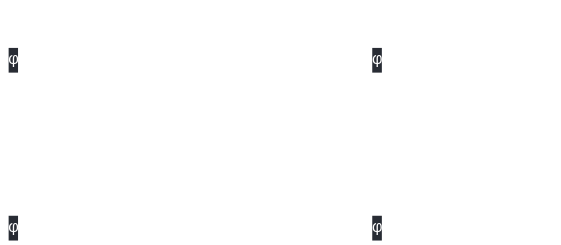
Before: liskov.svg, a diagram exported from draw.io (yannicschroeer/diagrams). Source tidied: cells renumbered, new cells last; positions are measured from the earlier drawing's top-left corner, leaving out a move shared by most shapes.
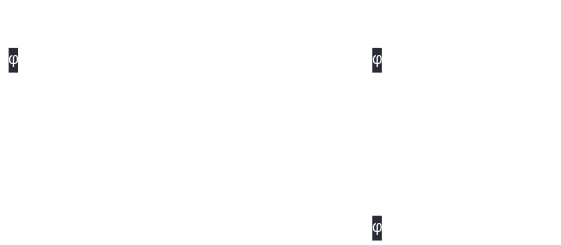
After the change.

Diff of the diagram source:
```diff
@@ -36,7 +36,7 @@
     <mxCell id="11" value="x" style="swimlane;fontStyle=1;align=center;verticalAlign=middle;horizontal=1;startSize=29;html=1;fontFamily=Montserrat;fontSource=https%3A%2F%2Ffonts.googleapis.com%2Fcss%3Ffamily%3DMontserrat;fillColor=none;strokeColor=#FFFFFF;fontColor=#FFFFFF;" parent="1" vertex="1">
       <mxGeometry y="120" width="140" height="54" as="geometry" />
     </mxCell>
-    <mxCell id="12" value="&lt;div style=&quot;background-color: rgb(40 , 44 , 52) ; font-family: &amp;quot;menlo&amp;quot; , &amp;quot;monaco&amp;quot; , &amp;quot;courier new&amp;quot; , monospace ; line-height: 18px&quot;&gt;&lt;font&gt;φ&lt;/font&gt;&lt;/div&gt;" style="text;html=1;strokeColor=#FFFFFF;fillColor=none;align=left;verticalAlign=middle;spacingLeft=4;spacingRight=4;overflow=hidden;fontColor=#FFFFFF;" parent="11" vertex="1">
+    <mxCell id="12" value="&lt;div style=&quot;font-family: &amp;#34;menlo&amp;#34; , &amp;#34;monaco&amp;#34; , &amp;#34;courier new&amp;#34; , monospace ; line-height: 18px&quot;&gt;&lt;font&gt;φ&lt;/font&gt;&lt;/div&gt;" style="text;html=1;strokeColor=#FFFFFF;fillColor=none;align=left;verticalAlign=middle;spacingLeft=4;spacingRight=4;overflow=hidden;fontColor=#FFFFFF;" parent="11" vertex="1">
       <mxGeometry y="29" width="140" height="25" as="geometry" />
     </mxCell>
   </root>
```
